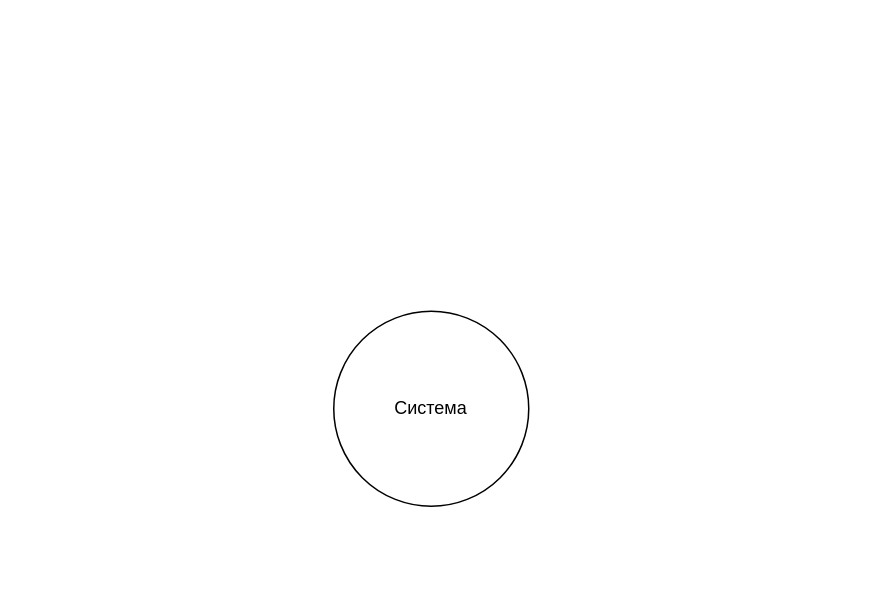
The draw.io diagram CE/Контекстная.drawio in careock/diagrams, before the edit. Source tidied: cells renumbered, new cells numbered last; positions are measured from the earlier drawing's top-left corner, leaving out a move shared by most shapes. Both pictures are drawn from the tidied source at 150%, with x=0, y=0 at pixel (333, 310).
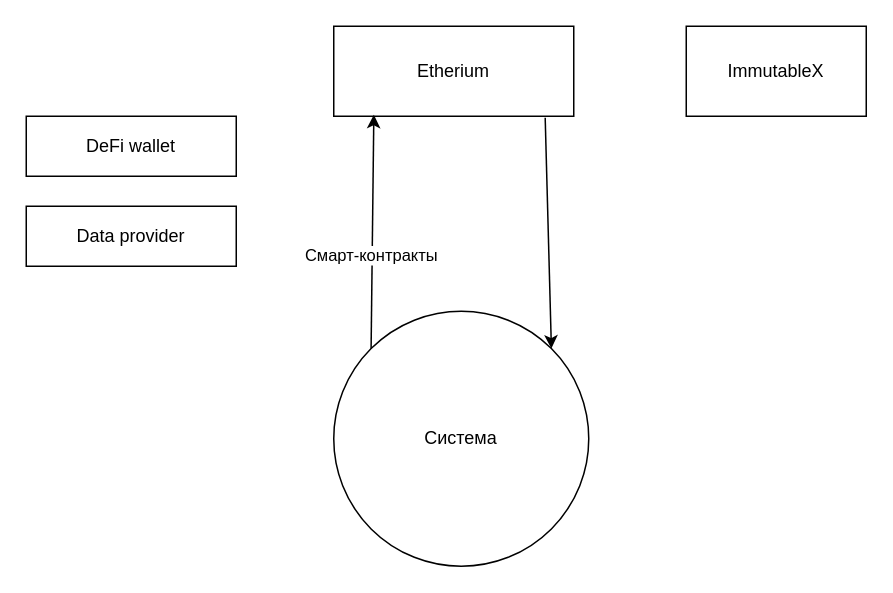
The same diagram, later.

The edit, as a diff of the source:
```diff
@@
 <mxGraphModel>
   <root>
     <mxCell id="0" />
     <mxCell id="1" parent="0" />
     <mxCell id="2" value="Система" style="ellipse;whiteSpace=wrap;html=1;" parent="1" vertex="1">
-      <mxGeometry width="130" height="130" as="geometry" />
+      <mxGeometry width="170" height="170" as="geometry" />
     </mxCell>
+    <mxCell id="3" value="Etherium" style="rounded=0;whiteSpace=wrap;html=1;" parent="1" vertex="1">
+      <mxGeometry y="-190" width="160" height="60" as="geometry" />
+    </mxCell>
+    <mxCell id="4" value="ImmutableX" style="rounded=0;whiteSpace=wrap;html=1;" parent="1" vertex="1">
+      <mxGeometry x="235" y="-190" width="120" height="60" as="geometry" />
+    </mxCell>
+    <mxCell id="5" value="DeFi wallet" style="rounded=0;whiteSpace=wrap;html=1;" parent="1" vertex="1">
+      <mxGeometry x="-205" y="-130" width="140" height="40" as="geometry" />
+    </mxCell>
+    <mxCell id="6" value="Data provider" style="rounded=0;whiteSpace=wrap;html=1;" parent="1" vertex="1">
+      <mxGeometry x="-205" y="-70" width="140" height="40" as="geometry" />
+    </mxCell>
+    <mxCell id="7" style="endArrow=classic;html=1;rounded=0;entryX=0.167;entryY=0.983;entryDx=0;entryDy=0;entryPerimeter=0;exitX=0;exitY=0;exitDx=0;exitDy=0;" parent="1" edge="1" source="2" target="3">
+      <mxGeometry relative="1" as="geometry" />
+    </mxCell>
+    <mxCell id="8" value="Смарт-контракты" style="edgeLabel;html=1;align=center;verticalAlign=middle;" parent="7" vertex="1">
+      <mxGeometry x="-0.2" y="1" relative="1" as="geometry" />
+    </mxCell>
+    <mxCell id="9" style="endArrow=classic;html=1;rounded=0;exitX=0.881;exitY=1.017;exitDx=0;exitDy=0;exitPerimeter=0;entryX=1;entryY=0;entryDx=0;entryDy=0;" parent="1" edge="1" source="3" target="2">
+      <mxGeometry relative="1" as="geometry" />
+    </mxCell>
   </root>
 </mxGraphModel>
```
